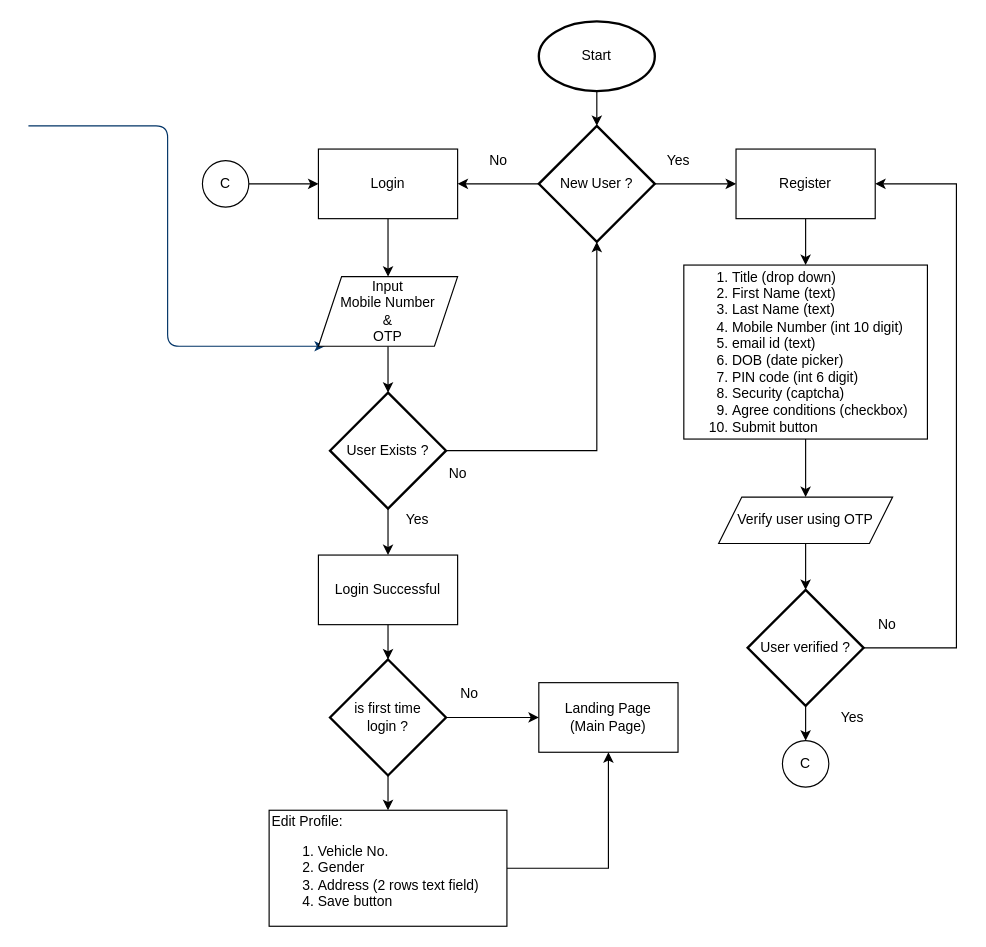
This is PayFuel.drawio from manju4d90/docs, a draw.io file, before an edit. Source tidied: cells renumbered, new cells numbered last; positions are measured from the earlier drawing's top-left corner, leaving out a move shared by most shapes. Both pictures are drawn from the tidied source at 116%, with x=0, y=0 at pixel (28, 21).
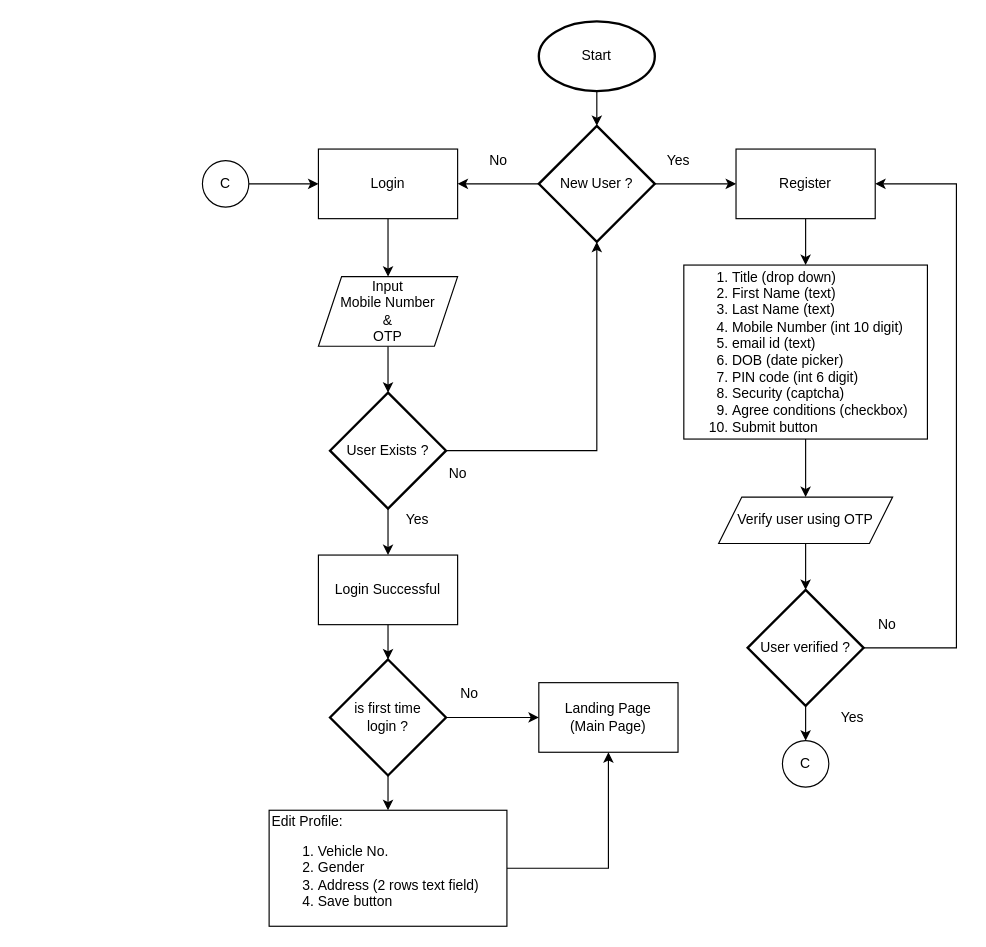
The same page after the edit.

The edit, as a diff of the source:
```diff
@@
-    <mxCell id="2" style="edgeStyle=elbowEdgeStyle;elbow=horizontal;exitX=0;exitY=0.5;exitPerimeter=0;entryX=0.095;entryY=0.5;entryPerimeter=0;fontStyle=1;strokeColor=#003366;strokeWidth=1;html=1;" parent="1" edge="1">
-      <mxGeometry as="geometry">
-        <mxPoint y="90" as="sourcePoint" />
-        <mxPoint x="255.6" y="280" as="targetPoint" />
-        <Array as="points">
-          <mxPoint x="120" y="960" />
-        </Array>
-      </mxGeometry>
-    </mxCell>
```
